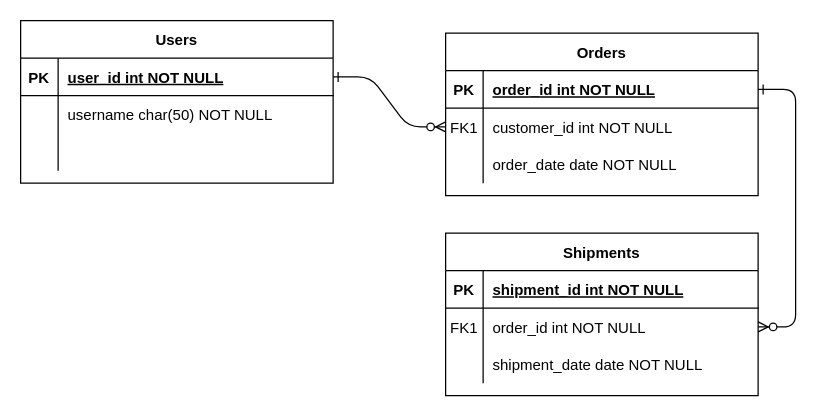
Before: Planning Folder/ERD.drawio in SchoolOfCode/national-project-week-room25-project, a draw.io diagram. Source tidied: cells renumbered, new cells numbered last; positions are measured from the earlier drawing's top-left corner, leaving out a move shared by most shapes. Both pictures are drawn from the tidied source at 125%, with x=0, y=0 at pixel (20, 20).
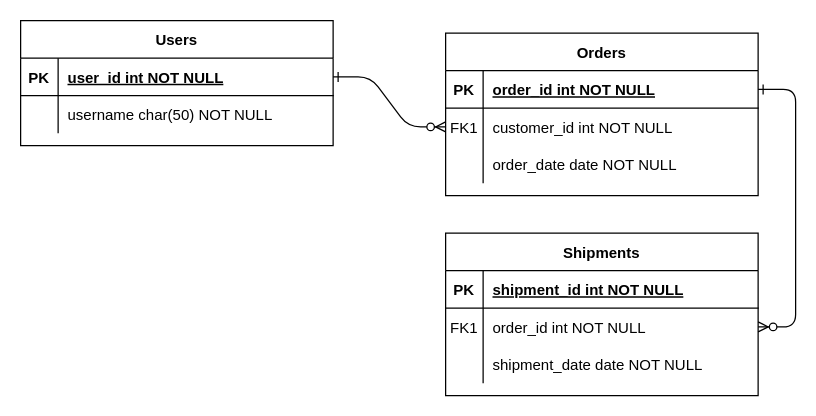
The same page after the edit.

The edit, as a diff of the source:
```diff
@@
     <mxCell id="24" value="Users" style="shape=table;startSize=30;childLayout=tableLayout;rowLines=0;fontStyle=1;align=center;" parent="1" vertex="1">
-      <mxGeometry width="250" height="130" as="geometry" />
+      <mxGeometry width="250" height="100" as="geometry" />
     </mxCell>
@@
-    <mxCell id="31" style="shape=partialRectangle;fillColor=none;top=0;left=0;right=0;bottom=0;" parent="24" vertex="1">
-      <mxGeometry y="90" width="250" height="30" as="geometry" />
-    </mxCell>
-    <mxCell id="32" style="shape=partialRectangle;overflow=hidden;fillColor=none;top=0;left=0;bottom=0;right=0;" parent="31" vertex="1">
-      <mxGeometry width="30" height="30" as="geometry" />
-    </mxCell>
-    <mxCell id="33" style="shape=partialRectangle;overflow=hidden;fillColor=none;top=0;left=0;bottom=0;right=0;align=left;spacingLeft=6;" parent="31" vertex="1">
-      <mxGeometry x="30" width="220" height="30" as="geometry" />
-    </mxCell>
```
